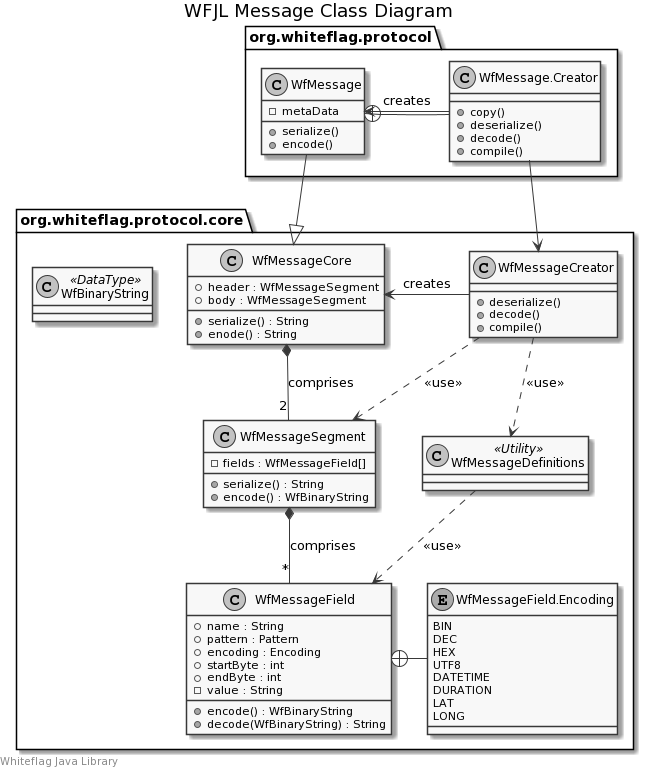
Earlier version of the PlantUML export docs/uml/messages.png (WhiteflagProtocol/whiteflag-java).
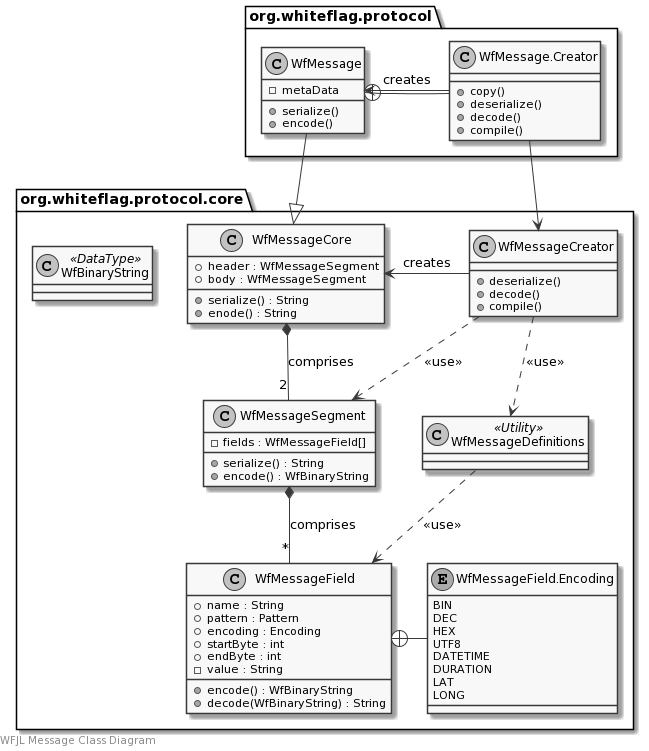
Later version of the same file.

Commit message:
Cosmetic update to class diagrams

What changed in the source:
```diff
@@ -1,8 +1,7 @@
 @startuml
 skinparam monochrome true
-left footer  Whiteflag Java Library
 
-title WFJL Message Class Diagram
+left footer WFJL Message Class Diagram
 
 package org.whiteflag.protocol.core {
     class WfMessageCore {
```
